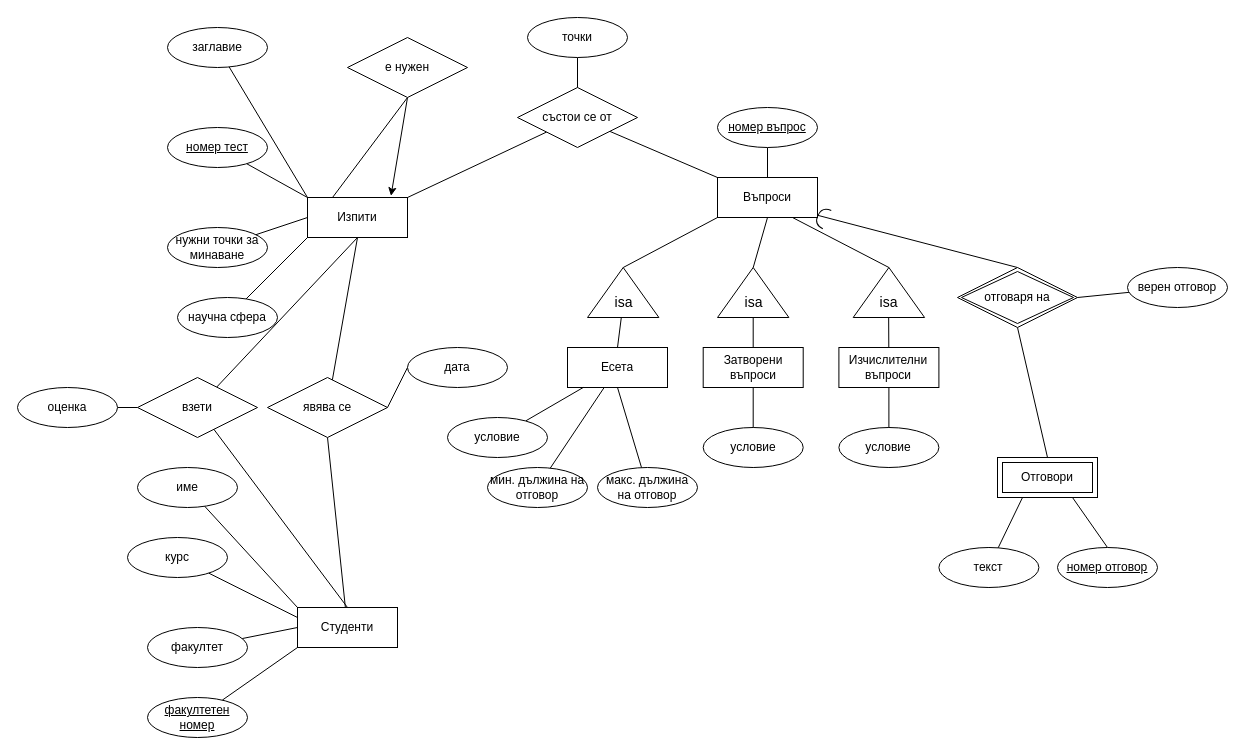
Earlier version of the draw.io diagram Course2/SummerSemester/Databases/Project/Homework02.drawio (Nv4n/FMI). Source tidied: cells renumbered, new cells numbered last; positions are measured from the earlier drawing's top-left corner, leaving out a move shared by most shapes. Both pictures are drawn from the tidied source at 100%, with x=0, y=0 at pixel (17, 17).
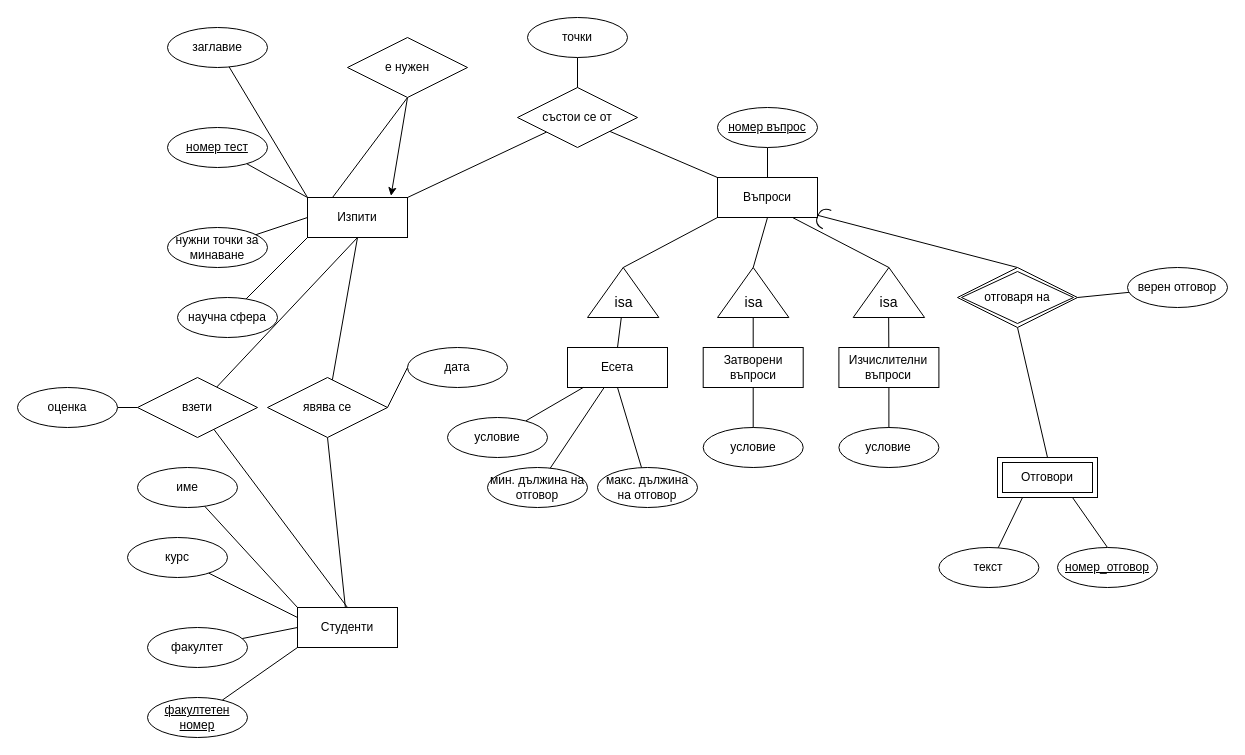
The same diagram, later.

Change to the diagram source:
```diff
@@
-    <mxCell id="77" value="&lt;u style=&quot;border-color: var(--border-color);&quot;&gt;номер отговор&lt;/u&gt;" style="ellipse;whiteSpace=wrap;html=1;align=center;fontStyle=4;" parent="1" vertex="1">
+    <mxCell id="77" value="&lt;u style=&quot;border-color: var(--border-color);&quot;&gt;номер_отговор&lt;/u&gt;" style="ellipse;whiteSpace=wrap;html=1;align=center;fontStyle=4;" parent="1" vertex="1">
       <mxGeometry x="1040" y="530" width="100" height="40" as="geometry" />
     </mxCell>
```
